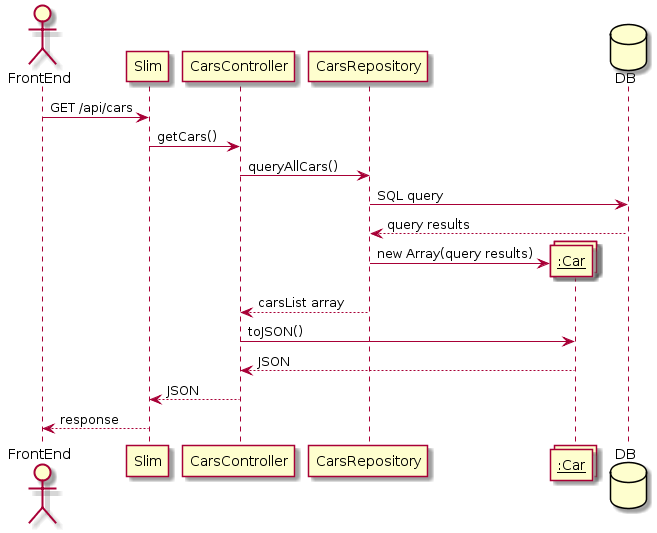
Above: docs/BackEnd/SequenceDiagram/GetCars.png in malvinkooo/taxiSystem (PlantUML), before the change. The source it was exported from:
```plantuml
@startuml
actor FrontEnd
participant Slim
participant CarsController
participant CarsRepository
collections "__:Car__" as Cars
database DB

FrontEnd -> Slim : GET /api/cars
Slim -> CarsController: getCars()
CarsController -> CarsRepository : queryAllCars()
CarsRepository -> DB : SQL query
DB --> CarsRepository: query results
create Cars
CarsRepository -> Cars : new Array(query results)
CarsRepository --> CarsController : carsList array
CarsController -> Cars : toJSON()
Cars --> CarsController : JSON
CarsController --> Slim : JSON
Slim --> FrontEnd: response
@enduml
```
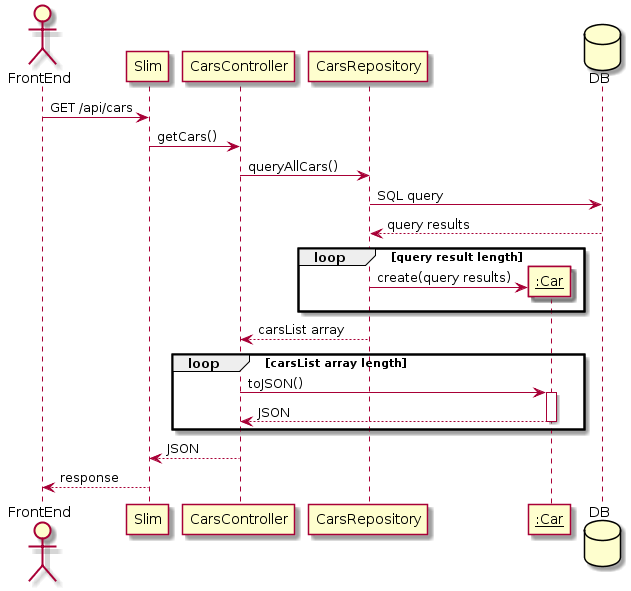
The same file after the commit.

The edit, as a diff of the source:
```diff
@@ -3,7 +3,7 @@
 participant Slim
 participant CarsController
 participant CarsRepository
-collections "__:Car__" as Cars
+participant "__:Car__" as Car
 database DB
 
 FrontEnd -> Slim : GET /api/cars
@@ -11,11 +11,22 @@
 CarsController -> CarsRepository : queryAllCars()
 CarsRepository -> DB : SQL query
 DB --> CarsRepository: query results
-create Cars
-CarsRepository -> Cars : new Array(query results)
+
+loop query result length
+create Car
+CarsRepository -> Car : create(query results)
+end
+
 CarsRepository --> CarsController : carsList array
-CarsController -> Cars : toJSON()
-Cars --> CarsController : JSON
+
+loop carsList array length
+CarsController -> Car : toJSON()
+activate Car
+Car --> CarsController : JSON
+deactivate Car
+end
+
+
 CarsController --> Slim : JSON
 Slim --> FrontEnd: response
 @enduml
```
